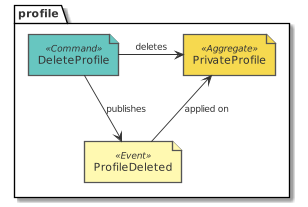
Above: paper/design_profile_eventstorming_delete.png in tmorin/dorders (PlantUML), before the change.
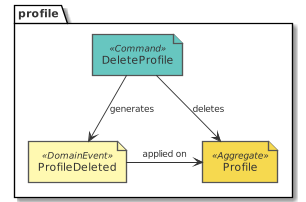
The same diagram one commit later.

Change to the diagram source:
```diff
@@ -3,10 +3,10 @@
 !include ../.gdiag/plantuml-libs/eventstorming/eventstorming-all.puml
 package profile {
   command('DeleteProfile')
-  event('ProfileDeleted')
-  aggregate('PrivateProfile')
+  domain_event('ProfileDeleted')
+  aggregate('Profile')
 }
-DeleteProfile --> ProfileDeleted : publishes
-DeleteProfile -r-> PrivateProfile : deletes
-ProfileDeleted -u-> PrivateProfile : applied on
+DeleteProfile --> ProfileDeleted : generates
+DeleteProfile --> Profile : deletes
+ProfileDeleted -r-> Profile : applied on
 @enduml
```
